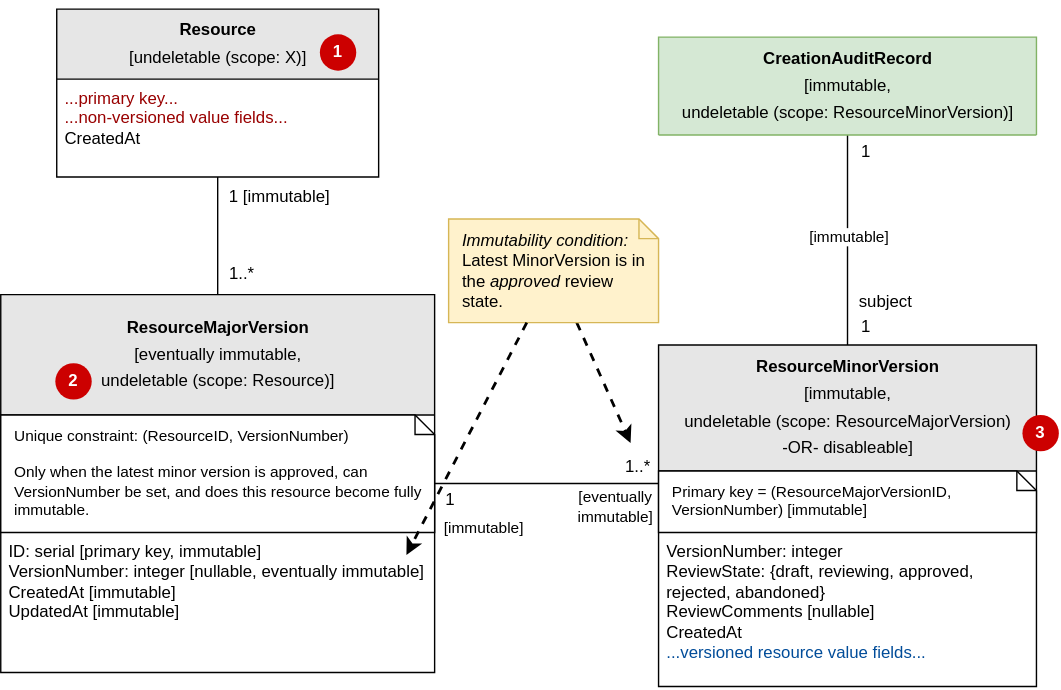
Above: devdocs/reviewable-infra-undeletable-or-disableable.drawio.svg in fullstaq-labs/sqedule (draw.io), before the change. Source tidied: cells renumbered, new cells last; positions are measured from the earlier drawing's top-left corner, leaving out a move shared by most shapes.
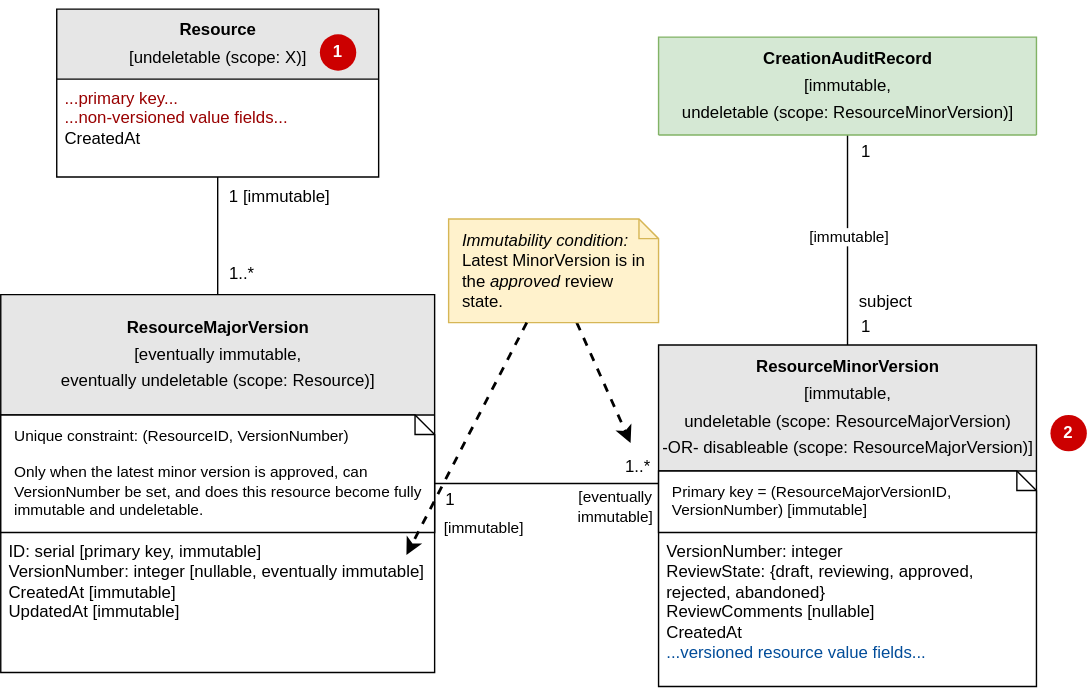
After the change.

Commit message:
Reviewable: when the resource is Undeletable/Disableable, allow MajorVersion to be deleted when it's unapproved

Diff of the diagram source:
```diff
@@ -72,16 +72,16 @@
     <mxCell id="16" value="&lt;i&gt;Immutability condition:&lt;/i&gt;&lt;br&gt;Latest MinorVersion is in the &lt;i&gt;approved&lt;/i&gt; review state." style="shape=note;whiteSpace=wrap;html=1;size=14;verticalAlign=top;align=left;spacingTop=-6;fontSize=12;spacing=10;fillColor=#fff2cc;strokeColor=#d6b656;sketch=0;" parent="1" vertex="1">
       <mxGeometry x="320" y="150" width="150" height="74" as="geometry" />
     </mxCell>
-    <mxCell id="17" value="&lt;p style=&quot;line-height: 160%&quot;&gt;ResourceMajorVersion&lt;br&gt;&lt;span style=&quot;font-weight: normal ; line-height: 120%&quot;&gt;[eventually immutable,&lt;br&gt;undeletable (scope: Resource)]&lt;/span&gt;&lt;/p&gt;" style="swimlane;fontStyle=1;horizontal=1;startSize=86;swimlaneFillColor=#ffffff;html=1;fillColor=#E6E6E6;" parent="1" vertex="1">
+    <mxCell id="17" value="&lt;p style=&quot;line-height: 160%&quot;&gt;ResourceMajorVersion&lt;br&gt;&lt;span style=&quot;font-weight: normal ; line-height: 120%&quot;&gt;[eventually immutable,&lt;br&gt;eventually undeletable (scope: Resource)]&lt;/span&gt;&lt;/p&gt;" style="swimlane;fontStyle=1;horizontal=1;startSize=86;swimlaneFillColor=#ffffff;html=1;fillColor=#E6E6E6;" parent="1" vertex="1">
       <mxGeometry y="204" width="310" height="270" as="geometry" />
     </mxCell>
-    <mxCell id="18" value="Unique constraint: (ResourceID, VersionNumber)&lt;br&gt;&lt;br&gt;Only when the latest minor version is approved, can VersionNumber be set, and does this resource become fully immutable." style="shape=note;whiteSpace=wrap;html=1;size=14;verticalAlign=top;align=left;spacingTop=-6;fontSize=11;spacing=10;sketch=0;" parent="17" vertex="1">
+    <mxCell id="18" value="Unique constraint: (ResourceID, VersionNumber)&lt;br&gt;&lt;br&gt;Only when the latest minor version is approved, can VersionNumber be set, and does this resource become fully immutable and undeletable." style="shape=note;whiteSpace=wrap;html=1;size=14;verticalAlign=top;align=left;spacingTop=-6;fontSize=11;spacing=10;sketch=0;" parent="17" vertex="1">
       <mxGeometry y="86" width="310" height="84" as="geometry" />
     </mxCell>
     <mxCell id="19" value="ID: serial [primary key, immutable]&#10;VersionNumber: integer [nullable, eventually immutable]&#10;CreatedAt [immutable]&#10;UpdatedAt [immutable]" style="text;strokeColor=none;fillColor=none;align=left;verticalAlign=top;spacingLeft=4;spacingRight=4;overflow=hidden;points=[[0,0.5],[1,0.5]];portConstraint=eastwest;whiteSpace=wrap;" parent="17" vertex="1">
       <mxGeometry y="170" width="310" height="100" as="geometry" />
     </mxCell>
-    <mxCell id="20" value="&lt;p style=&quot;line-height: 160%&quot;&gt;ResourceMinorVersion&lt;br&gt;&lt;span style=&quot;font-weight: normal&quot;&gt;[immutable,&lt;br&gt;undeletable (scope: ResourceMajorVersion)&lt;br&gt;-OR- disableable]&lt;/span&gt;&lt;/p&gt;" style="swimlane;fontStyle=1;horizontal=1;startSize=90;swimlaneFillColor=#ffffff;html=1;fillColor=#E6E6E6;" parent="1" vertex="1">
+    <mxCell id="20" value="&lt;p style=&quot;line-height: 160%&quot;&gt;ResourceMinorVersion&lt;br&gt;&lt;span style=&quot;font-weight: normal&quot;&gt;[immutable,&lt;br&gt;undeletable (scope: ResourceMajorVersion)&lt;br&gt;-OR- disableable (scope: ResourceMajorVersion)]&lt;/span&gt;&lt;/p&gt;" style="swimlane;fontStyle=1;horizontal=1;startSize=90;swimlaneFillColor=#ffffff;html=1;fillColor=#E6E6E6;" parent="1" vertex="1">
       <mxGeometry x="470" y="240" width="270" height="244" as="geometry" />
     </mxCell>
     <mxCell id="21" value="Primary key = (ResourceMajorVersionID, VersionNumber) [immutable]" style="shape=note;whiteSpace=wrap;html=1;size=14;verticalAlign=top;align=left;spacingTop=-6;fontSize=11;spacing=10;sketch=0;" parent="20" vertex="1">
@@ -99,11 +99,8 @@
     <mxCell id="25" value="&lt;span style=&quot;line-height: 160%&quot;&gt;&lt;b&gt;CreationAuditRecord&lt;/b&gt;&lt;br&gt;[immutable,&lt;br&gt;undeletable (scope: ResourceMinorVersion)]&lt;br&gt;&lt;/span&gt;" style="swimlane;fontStyle=0;horizontal=1;startSize=70;strokeColor=#82b366;swimlaneFillColor=#ffffff;html=1;fillColor=#d5e8d4;" parent="1" vertex="1" collapsed="1">
       <mxGeometry x="470" y="20" width="270" height="70" as="geometry" />
     </mxCell>
-    <mxCell id="26" value="2" style="ellipse;whiteSpace=wrap;html=1;fontStyle=1;strokeWidth=2;strokeColor=none;fillColor=#CC0000;fontColor=#FFFFFF;" parent="1" vertex="1">
-      <mxGeometry x="39" y="253" width="26" height="26" as="geometry" />
-    </mxCell>
-    <mxCell id="27" value="3" style="ellipse;whiteSpace=wrap;html=1;fontStyle=1;strokeWidth=2;strokeColor=none;fillColor=#CC0000;fontColor=#FFFFFF;" parent="1" vertex="1">
-      <mxGeometry x="730" y="290" width="26" height="26" as="geometry" />
+    <mxCell id="27" value="2" style="ellipse;whiteSpace=wrap;html=1;fontStyle=1;strokeWidth=2;strokeColor=none;fillColor=#CC0000;fontColor=#FFFFFF;" parent="1" vertex="1">
+      <mxGeometry x="750" y="290" width="26" height="26" as="geometry" />
     </mxCell>
     <mxCell id="28" value="1" style="ellipse;whiteSpace=wrap;html=1;fontStyle=1;strokeWidth=2;strokeColor=none;fillColor=#CC0000;fontColor=#FFFFFF;" parent="1" vertex="1">
       <mxGeometry x="228" y="18" width="26" height="26" as="geometry" />
```
